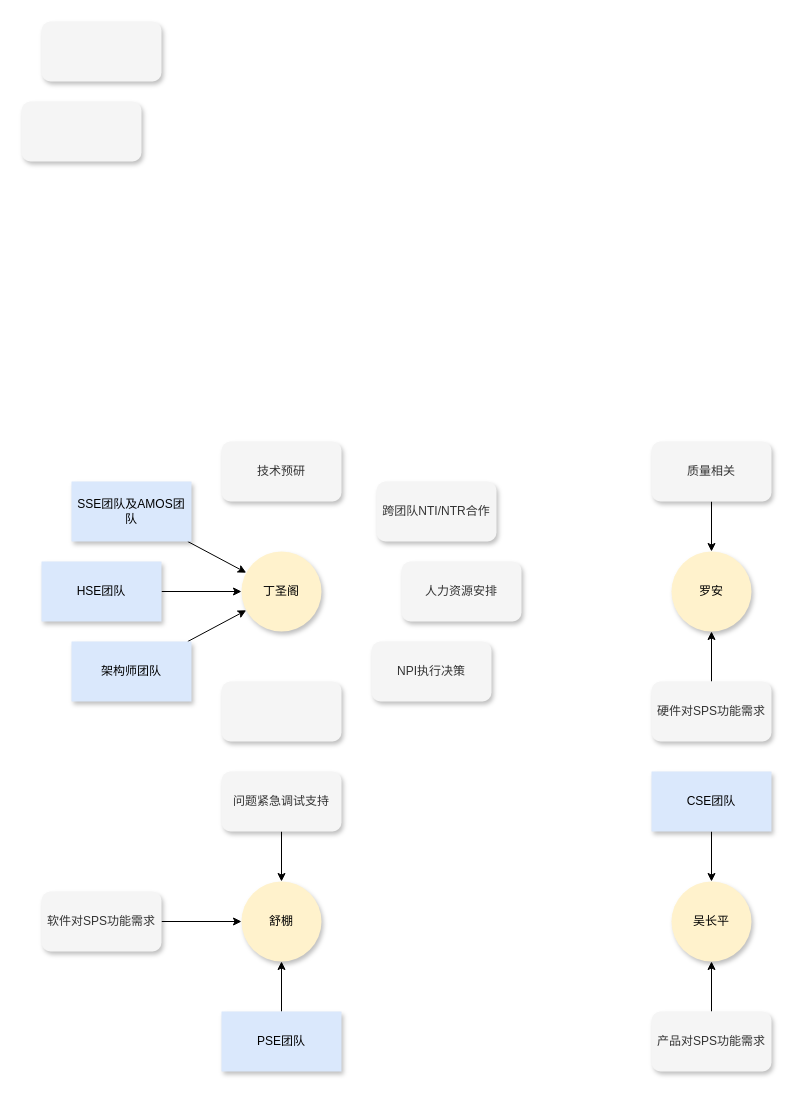
Above: 对外接口简化版.drawio in dingsg/drawio (draw.io), before the change. Source tidied: cells renumbered, new cells numbered last; positions are measured from the earlier drawing's top-left corner, leaving out a move shared by most shapes. Both pictures are drawn from the tidied source at 100%, with x=0, y=0 at pixel (21, 21).
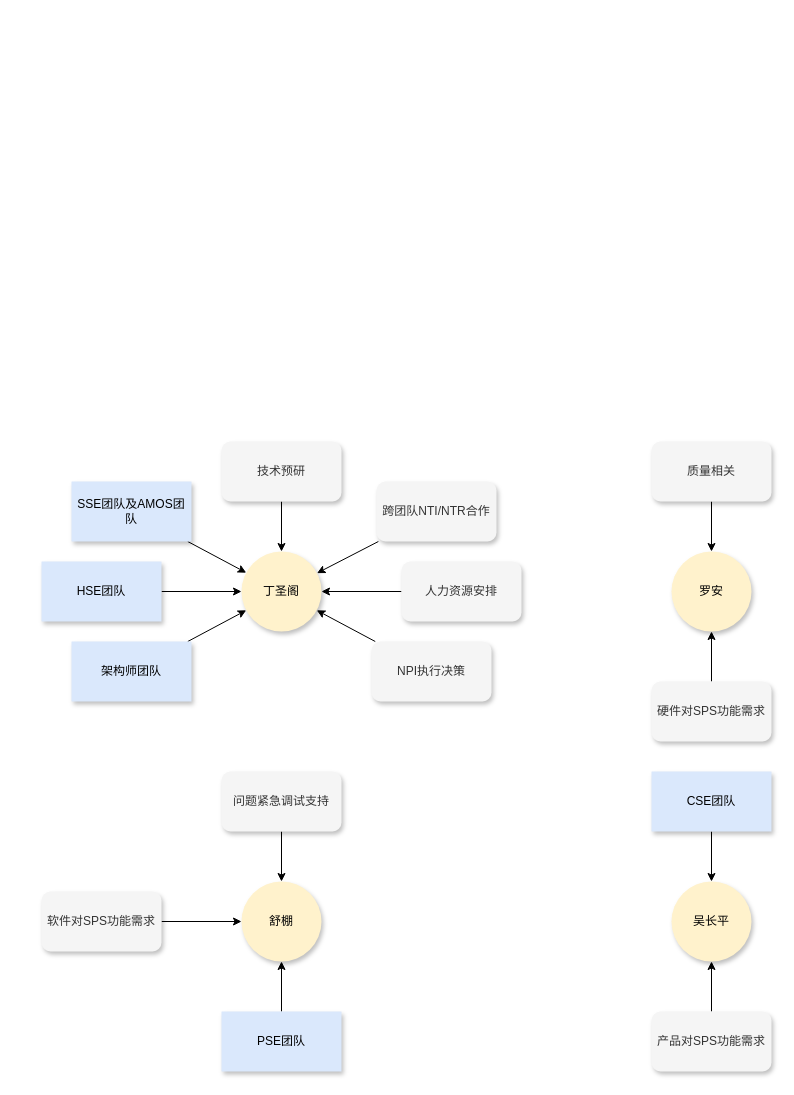
The same page after the edit.

Commit message:
Update 对外接口简化版.drawio

Unchanged cells that the change refers to:
```xml
<mxCell id="2" value="丁圣阁" style="ellipse;whiteSpace=wrap;html=1;shadow=1;labelBackgroundColor=none;fillColor=#fff2cc;align=center;strokeColor=none;" parent="1" vertex="1">
  <mxGeometry x="220" y="530" width="80" height="80" as="geometry" />
</mxCell>
<mxCell id="3" value="人力资源安排" style="rounded=1;whiteSpace=wrap;html=1;shadow=1;labelBackgroundColor=none;align=center;fontColor=#333333;fillColor=#f5f5f5;strokeColor=none;" parent="1" vertex="1">
  <mxGeometry x="380" y="540" width="120" height="60" as="geometry" />
</mxCell>
<mxCell id="4" value="技术预研" style="rounded=1;whiteSpace=wrap;html=1;shadow=1;labelBackgroundColor=none;align=center;fontColor=#333333;fillColor=#f5f5f5;strokeColor=none;" parent="1" vertex="1">
  <mxGeometry x="200" y="420" width="120" height="60" as="geometry" />
</mxCell>
<mxCell id="5" value="跨团队NTI/NTR合作" style="rounded=1;whiteSpace=wrap;html=1;shadow=1;labelBackgroundColor=none;align=center;fontColor=#333333;fillColor=#f5f5f5;strokeColor=none;" parent="1" vertex="1">
  <mxGeometry x="355" y="460" width="120" height="60" as="geometry" />
</mxCell>
<mxCell id="14" value="NPI执行决策" style="rounded=1;whiteSpace=wrap;html=1;shadow=1;labelBackgroundColor=none;align=center;fontColor=#333333;fillColor=#f5f5f5;strokeColor=none;" parent="1" vertex="1">
  <mxGeometry x="350" y="620" width="120" height="60" as="geometry" />
</mxCell>
```

Diff of the diagram source:
```diff
@@
+    <mxCell id="33" style="edgeStyle=none;rounded=0;jettySize=auto;html=1;" parent="1" edge="1" source="3" target="2">
+      <mxGeometry relative="1" as="geometry" />
+    </mxCell>
@@
+    <mxCell id="34" style="edgeStyle=none;rounded=0;jettySize=auto;html=1;" parent="1" edge="1" source="4" target="2">
+      <mxGeometry relative="1" as="geometry" />
+    </mxCell>
@@
+    <mxCell id="35" style="edgeStyle=none;rounded=0;jettySize=auto;html=1;" parent="1" edge="1" source="5" target="2">
+      <mxGeometry relative="1" as="geometry" />
+    </mxCell>
@@
+    <mxCell id="36" style="edgeStyle=none;rounded=0;jettySize=auto;html=1;" parent="1" edge="1" source="14" target="2">
+      <mxGeometry relative="1" as="geometry" />
+    </mxCell>
@@
-    <mxCell id="15" style="rounded=1;whiteSpace=wrap;html=1;shadow=1;labelBackgroundColor=none;align=center;fontColor=#333333;fillColor=#f5f5f5;strokeColor=none;" parent="1" vertex="1">
-      <mxGeometry x="20" width="120" height="60" as="geometry" />
-    </mxCell>
-    <mxCell id="16" style="rounded=1;whiteSpace=wrap;html=1;shadow=1;labelBackgroundColor=none;align=center;fontColor=#333333;fillColor=#f5f5f5;strokeColor=none;" parent="1" vertex="1">
-      <mxGeometry x="200" y="660" width="120" height="60" as="geometry" />
-    </mxCell>
-    <mxCell id="17" style="rounded=1;whiteSpace=wrap;html=1;shadow=1;labelBackgroundColor=none;align=center;fontColor=#333333;fillColor=#f5f5f5;strokeColor=none;" parent="1" vertex="1">
-      <mxGeometry y="80" width="120" height="60" as="geometry" />
-    </mxCell>
```
